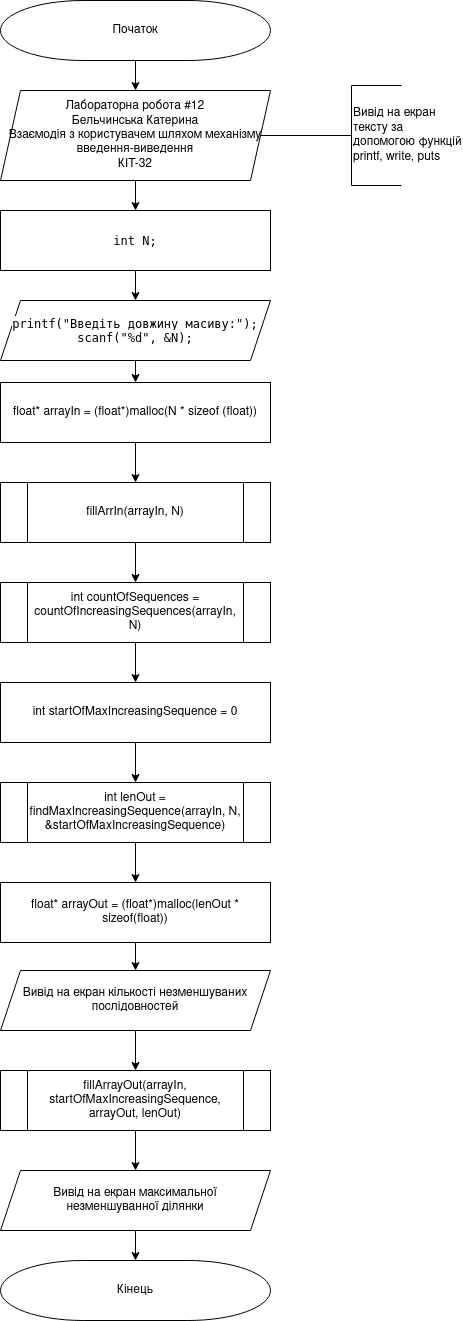
This is lab12/doc/assets/main.png from belchinskaya/Programming-Belchinska, a draw.io export, as it was before one commit. Source tidied: cells renumbered, new cells last; positions are measured from the earlier drawing's top-left corner, leaving out a move shared by most shapes.
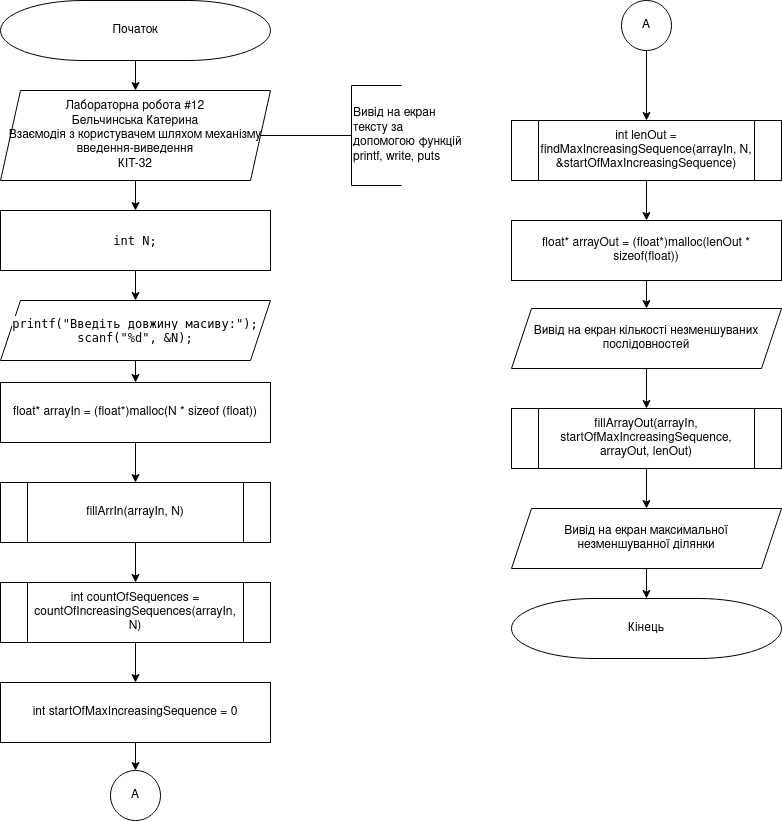
After the commit.

The edit, as a diff of the source:
```diff
@@ -9,7 +9,7 @@
       <mxGeometry width="270" height="60" as="geometry" />
     </mxCell>
     <mxCell id="4" value="Кінець" style="strokeWidth=1;html=1;shape=mxgraph.flowchart.terminator;whiteSpace=wrap;" parent="1" vertex="1">
-      <mxGeometry y="1260" width="270" height="60" as="geometry" />
+      <mxGeometry x="511" y="598" width="270" height="60" as="geometry" />
     </mxCell>
     <mxCell id="5" style="edgeStyle=orthogonalEdgeStyle;rounded=0;jettySize=auto;html=1;exitX=0.5;exitY=1;exitDx=0;exitDy=0;" parent="1" edge="1" source="6" target="8">
       <mxGeometry relative="1" as="geometry" />
@@ -33,11 +33,11 @@
       <mxGeometry relative="1" as="geometry" />
     </mxCell>
     <mxCell id="12" value="&lt;span class=&quot;pl-k&quot;&gt;int&lt;/span&gt; lenOut = &lt;span class=&quot;pl-c1&quot;&gt;findMaxIncreasingSequence&lt;/span&gt;(arrayIn, N, &amp;amp;startOfMaxIncreasingSequence)" style="shape=process;whiteSpace=wrap;html=1;backgroundOutline=1;strokeWidth=1;" parent="1" vertex="1">
-      <mxGeometry y="782" width="270" height="60" as="geometry" />
+      <mxGeometry x="511" y="120" width="270" height="60" as="geometry" />
     </mxCell>
-    <mxCell id="13" style="edgeStyle=orthogonalEdgeStyle;rounded=0;jettySize=auto;html=1;exitX=0.5;exitY=1;exitDx=0;exitDy=0;entryX=0.5;entryY=0;entryDx=0;entryDy=0;" parent="1" edge="1" source="14" target="12">
-      <mxGeometry relative="1" as="geometry" />
-    </mxCell>
+    <mxCell id="31" style="edgeStyle=orthogonalEdgeStyle;rounded=0;jettySize=auto;html=1;exitX=0.5;exitY=1;exitDx=0;exitDy=0;endArrow=classic;endFill=1;" parent="1" edge="1" source="14" target="32">
+      <mxGeometry relative="1" as="geometry" />
+    </mxCell>
     <mxCell id="14" value="&lt;span class=&quot;pl-k&quot;&gt;int&lt;/span&gt; startOfMaxIncreasingSequence = &lt;span class=&quot;pl-c1&quot;&gt;0&lt;/span&gt;" style="rounded=0;whiteSpace=wrap;html=1;strokeWidth=1;" parent="1" vertex="1">
       <mxGeometry y="682" width="270" height="60" as="geometry" />
     </mxCell>
@@ -45,13 +45,13 @@
       <mxGeometry relative="1" as="geometry" />
     </mxCell>
     <mxCell id="16" value="&lt;span class=&quot;pl-c1&quot;&gt;fillArrayOut&lt;/span&gt;(arrayIn, startOfMaxIncreasingSequence, arrayOut, lenOut)" style="shape=process;whiteSpace=wrap;html=1;backgroundOutline=1;strokeWidth=1;" parent="1" vertex="1">
-      <mxGeometry y="1070" width="270" height="60" as="geometry" />
+      <mxGeometry x="511" y="408" width="270" height="60" as="geometry" />
     </mxCell>
     <mxCell id="17" style="edgeStyle=orthogonalEdgeStyle;rounded=0;jettySize=auto;html=1;exitX=0.5;exitY=1;exitDx=0;exitDy=0;" parent="1" edge="1" source="18" target="27">
       <mxGeometry relative="1" as="geometry" />
     </mxCell>
     <mxCell id="18" value="&lt;span class=&quot;pl-k&quot;&gt;float&lt;/span&gt;* arrayOut = (&lt;span class=&quot;pl-k&quot;&gt;float&lt;/span&gt;*)&lt;span class=&quot;pl-c1&quot;&gt;malloc&lt;/span&gt;(lenOut * &lt;span class=&quot;pl-k&quot;&gt;sizeof&lt;/span&gt;(&lt;span class=&quot;pl-k&quot;&gt;float&lt;/span&gt;))" style="rounded=0;whiteSpace=wrap;html=1;strokeWidth=1;" parent="1" vertex="1">
-      <mxGeometry y="882" width="270" height="60" as="geometry" />
+      <mxGeometry x="511" y="220" width="270" height="60" as="geometry" />
     </mxCell>
     <mxCell id="19" style="edgeStyle=orthogonalEdgeStyle;rounded=0;jettySize=auto;html=1;exitX=0.5;exitY=1;exitDx=0;exitDy=0;" parent="1" edge="1" source="21" target="23">
       <mxGeometry relative="1" as="geometry" />
@@ -78,16 +78,25 @@
       <mxGeometry relative="1" as="geometry" />
     </mxCell>
     <mxCell id="27" value="Вивід на екран кількості незменшуваних послідовностей" style="shape=parallelogram;perimeter=parallelogramPerimeter;whiteSpace=wrap;html=1;fixedSize=1;" parent="1" vertex="1">
-      <mxGeometry y="970" width="270" height="60" as="geometry" />
+      <mxGeometry x="511" y="308" width="270" height="60" as="geometry" />
     </mxCell>
     <mxCell id="28" style="edgeStyle=orthogonalEdgeStyle;rounded=0;jettySize=auto;html=1;exitX=0.5;exitY=1;exitDx=0;exitDy=0;" parent="1" edge="1" source="29" target="4">
       <mxGeometry relative="1" as="geometry" />
     </mxCell>
     <mxCell id="29" value="&lt;div&gt;Вивід на екран максимальної&lt;/div&gt;&lt;div&gt; незменшуванної ділянки&lt;/div&gt;" style="shape=parallelogram;perimeter=parallelogramPerimeter;whiteSpace=wrap;html=1;fixedSize=1;" parent="1" vertex="1">
-      <mxGeometry y="1170" width="270" height="60" as="geometry" />
+      <mxGeometry x="511" y="508" width="270" height="60" as="geometry" />
     </mxCell>
     <mxCell id="30" value="&lt;div&gt;Вивід на екран&lt;/div&gt;&lt;div&gt; тексту за&lt;/div&gt;&lt;div&gt; допомогою функцій&lt;/div&gt;&lt;div&gt;printf, write, puts&lt;br&gt; &lt;/div&gt;" style="strokeWidth=1;html=1;shape=mxgraph.flowchart.annotation_1;align=left;" parent="1" vertex="1">
       <mxGeometry x="351" y="85" width="50" height="100" as="geometry" />
     </mxCell>
+    <mxCell id="32" value="A" style="ellipse;whiteSpace=wrap;html=1;strokeWidth=1;" parent="1" vertex="1">
+      <mxGeometry x="110" y="770" width="50" height="50" as="geometry" />
+    </mxCell>
+    <mxCell id="33" style="edgeStyle=orthogonalEdgeStyle;rounded=0;jettySize=auto;html=1;exitX=0.5;exitY=1;exitDx=0;exitDy=0;endArrow=classic;endFill=1;" parent="1" edge="1" source="34" target="12">
+      <mxGeometry relative="1" as="geometry" />
+    </mxCell>
+    <mxCell id="34" value="A" style="ellipse;whiteSpace=wrap;html=1;strokeWidth=1;" parent="1" vertex="1">
+      <mxGeometry x="621" width="50" height="50" as="geometry" />
+    </mxCell>
   </root>
 </mxGraphModel>
```
